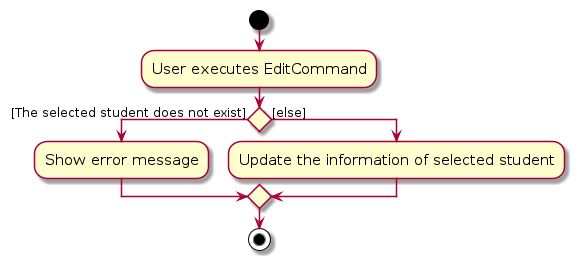
This is diagrams/CheckIfStudentExistsForEditCommand.png from AY2324S2-CS2103T-T13-1/tp, a PlantUML export, as it was before one commit. Its source is kept beside it as diagrams/CheckIfStudentExistsForEditCommand.puml.
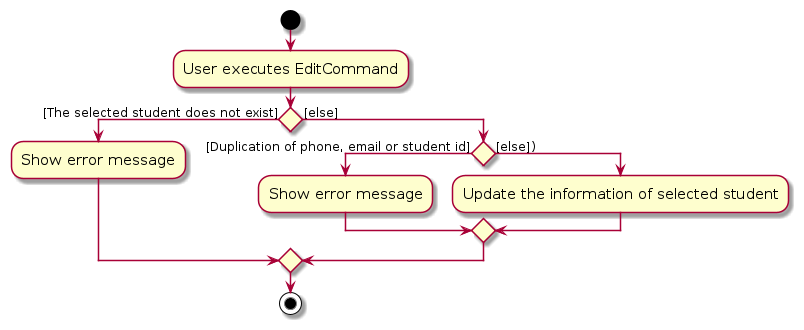
The same file after the commit.

What changed in the source:
```diff
@@ -9,7 +9,11 @@
 if () then ([The selected student does not exist])
     :Show error message;
 else ([else])
+    if () then ([Duplication of phone, email or student id])
+    :Show error message;
+    else ([else]))
     :Update the information of selected student;
+    endif
 endif
 stop
 @enduml
```
